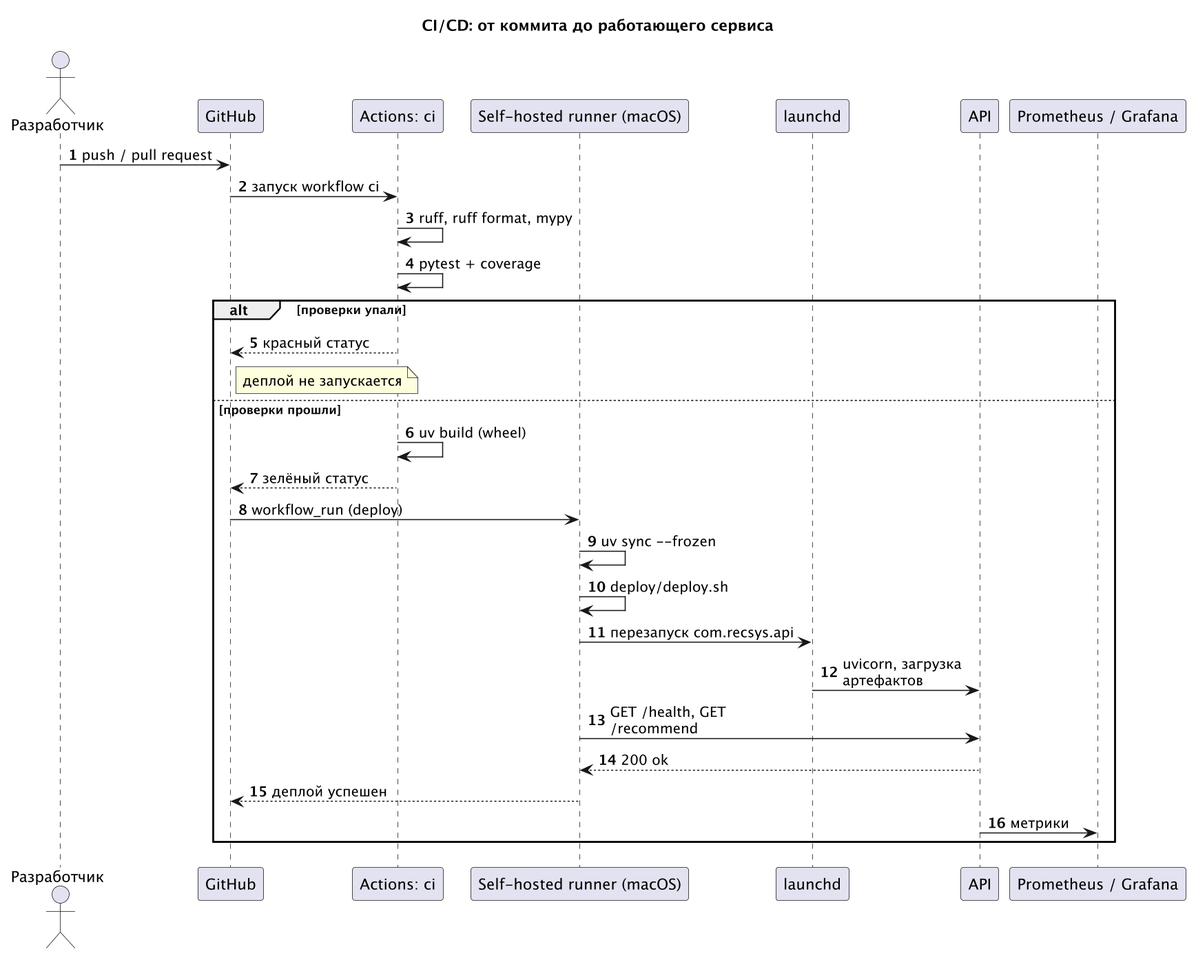
The PlantUML diagram docs/diagrams/sequence-deploy.png in SlavikJunior/recsys-ecommerce, before a commit. Source of this version:
```plantuml
@startuml
skinparam dpi 150
skinparam maxMessageSize 180
autonumber
title CI/CD: от коммита до работающего сервиса

actor "Разработчик" as Dev
participant "GitHub" as GH
participant "Actions: ci" as CI
participant "Self-hosted runner (macOS)" as CD
participant "launchd" as L
participant "API" as A
participant "Prometheus / Grafana" as M

Dev -> GH : push / pull request
GH -> CI : запуск workflow ci
CI -> CI : ruff, ruff format, mypy
CI -> CI : pytest + coverage
alt проверки упали
  CI --> GH : красный статус
  note right of GH : деплой не запускается
else проверки прошли
  CI -> CI : uv build (wheel)
  CI --> GH : зелёный статус
  GH -> CD : workflow_run (deploy)
  CD -> CD : uv sync --frozen
  CD -> CD : deploy/deploy.sh
  CD -> L : перезапуск com.recsys.api
  L -> A : uvicorn, загрузка артефактов
  CD -> A : GET /health, GET /recommend
  A --> CD : 200 ok
  CD --> GH : деплой успешен
  A -> M : метрики
end
@enduml
```
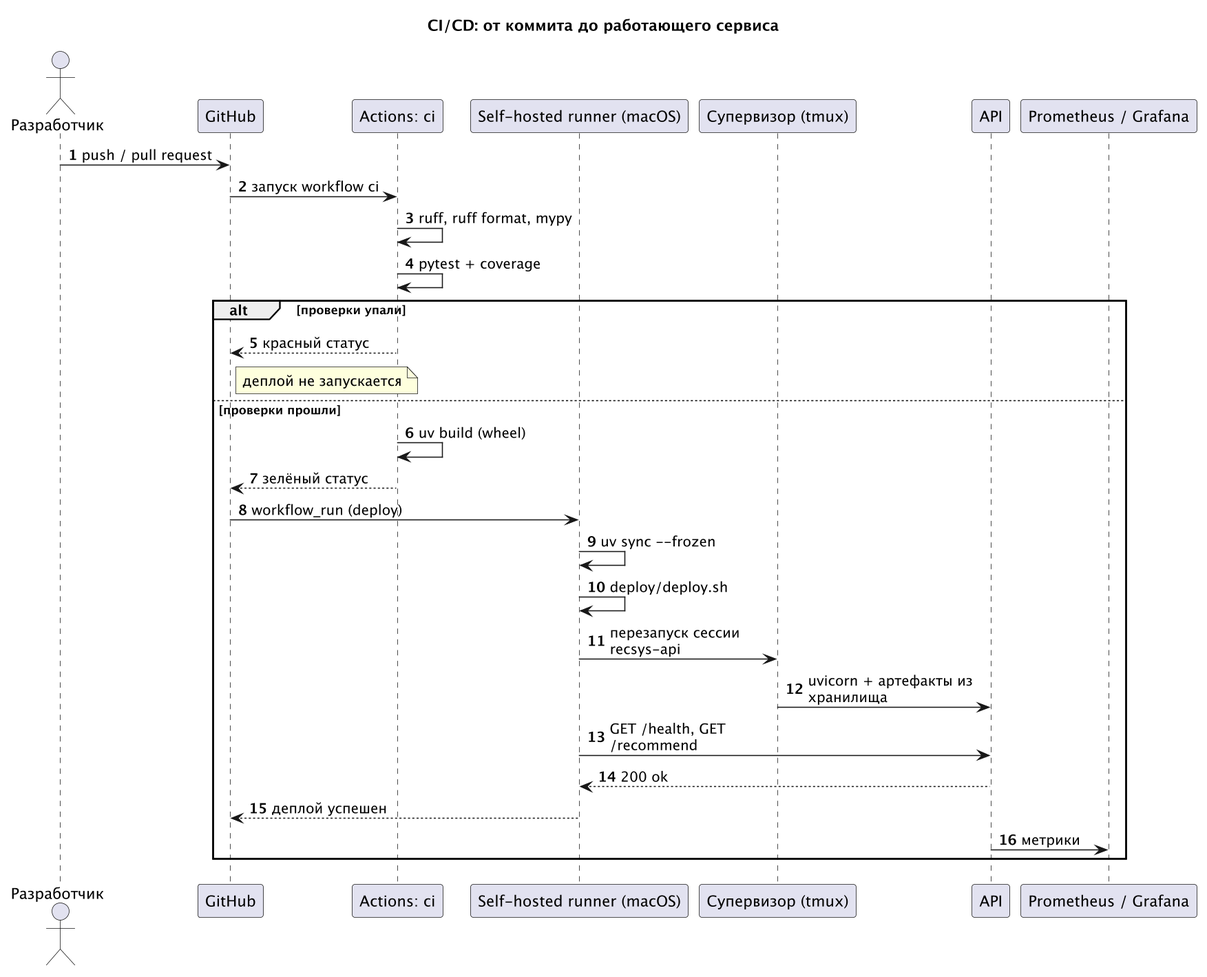
After the change.

What changed in the source:
```diff
@@ -8,7 +8,7 @@
 participant "GitHub" as GH
 participant "Actions: ci" as CI
 participant "Self-hosted runner (macOS)" as CD
-participant "launchd" as L
+participant "Супервизор (tmux)" as L
 participant "API" as A
 participant "Prometheus / Grafana" as M
 
@@ -25,8 +25,8 @@
   GH -> CD : workflow_run (deploy)
   CD -> CD : uv sync --frozen
   CD -> CD : deploy/deploy.sh
-  CD -> L : перезапуск com.recsys.api
-  L -> A : uvicorn, загрузка артефактов
+  CD -> L : перезапуск сессии recsys-api
+  L -> A : uvicorn + артефакты из хранилища
   CD -> A : GET /health, GET /recommend
   A --> CD : 200 ok
   CD --> GH : деплой успешен
```
